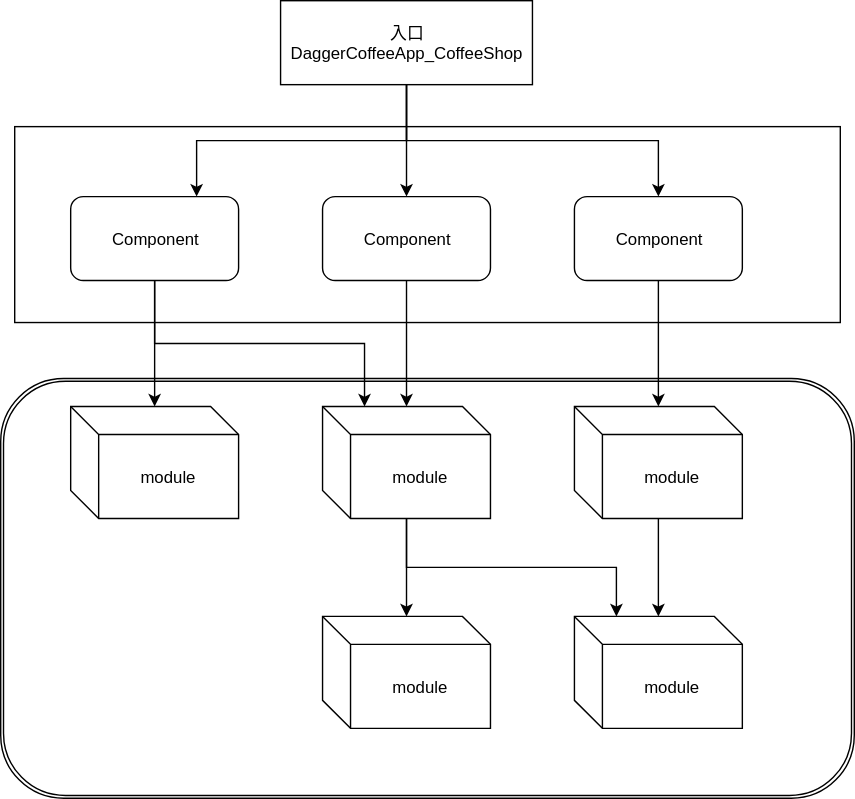
Before: doc/dagger调用层次.svg, a diagram exported from draw.io (Ryan-Miao/l4dagger2). Source tidied: cells renumbered, new cells last; positions are measured from the earlier drawing's top-left corner, leaving out a move shared by most shapes. The source it was exported from:
```xml
<mxGraphModel background="#ffffff">
  <root>
    <mxCell id="0" />
    <mxCell id="1" parent="0" />
    <mxCell id="2" style="shape=ext;double=1;rounded=1;whiteSpace=wrap;html=1;" parent="1" vertex="1">
      <mxGeometry y="270" width="610" height="300" as="geometry" />
    </mxCell>
    <mxCell id="3" style="whiteSpace=wrap;html=1;" parent="1" vertex="1">
      <mxGeometry x="10" y="90" width="590" height="140" as="geometry" />
    </mxCell>
    <mxCell id="4" style="edgeStyle=orthogonalEdgeStyle;rounded=0;html=1;exitX=0.5;exitY=1;entryX=0.75;entryY=0;jettySize=auto;" parent="1" edge="1" source="7" target="10">
      <mxGeometry relative="1" as="geometry" />
    </mxCell>
    <mxCell id="5" style="edgeStyle=orthogonalEdgeStyle;rounded=0;html=1;exitX=0.5;exitY=1;jettySize=auto;" parent="1" edge="1" source="7" target="12">
      <mxGeometry relative="1" as="geometry" />
    </mxCell>
    <mxCell id="6" style="edgeStyle=orthogonalEdgeStyle;rounded=0;html=1;exitX=0.5;exitY=1;entryX=0.5;entryY=0;jettySize=auto;" parent="1" edge="1" source="7" target="14">
      <mxGeometry relative="1" as="geometry" />
    </mxCell>
    <mxCell id="7" value="入口&lt;span&gt;DaggerCoffeeApp_CoffeeShop&lt;/span&gt;" style="rounded=0;whiteSpace=wrap;html=1;" parent="1" vertex="1">
      <mxGeometry x="200" width="180" height="60" as="geometry" />
    </mxCell>
    <mxCell id="8" style="edgeStyle=orthogonalEdgeStyle;rounded=0;html=1;exitX=0.5;exitY=1;entryX=0.5;entryY=0;jettySize=auto;" parent="1" edge="1" source="10" target="18">
      <mxGeometry relative="1" as="geometry">
        <Array as="points">
          <mxPoint x="110" y="270" />
          <mxPoint x="110" y="270" />
        </Array>
      </mxGeometry>
    </mxCell>
    <mxCell id="9" style="edgeStyle=orthogonalEdgeStyle;rounded=0;html=1;exitX=0.5;exitY=1;entryX=0.25;entryY=0;jettySize=auto;" parent="1" edge="1" source="10" target="17">
      <mxGeometry relative="1" as="geometry" />
    </mxCell>
    <mxCell id="10" value="Component" style="rounded=1;whiteSpace=wrap;html=1;" parent="1" vertex="1">
      <mxGeometry x="50" y="140" width="120" height="60" as="geometry" />
    </mxCell>
    <mxCell id="11" style="edgeStyle=orthogonalEdgeStyle;rounded=0;html=1;exitX=0.5;exitY=1;entryX=0.5;entryY=0;jettySize=auto;" parent="1" edge="1" source="12" target="17">
      <mxGeometry relative="1" as="geometry" />
    </mxCell>
    <mxCell id="12" value="Component" style="rounded=1;whiteSpace=wrap;html=1;" parent="1" vertex="1">
      <mxGeometry x="230" y="140" width="120" height="60" as="geometry" />
    </mxCell>
    <mxCell id="13" style="edgeStyle=orthogonalEdgeStyle;rounded=0;html=1;exitX=0.5;exitY=1;entryX=0.5;entryY=0;jettySize=auto;" parent="1" edge="1" source="14" target="22">
      <mxGeometry relative="1" as="geometry" />
    </mxCell>
    <mxCell id="14" value="Component" style="rounded=1;whiteSpace=wrap;html=1;" parent="1" vertex="1">
      <mxGeometry x="410" y="140" width="120" height="60" as="geometry" />
    </mxCell>
    <mxCell id="15" style="edgeStyle=orthogonalEdgeStyle;rounded=0;html=1;exitX=0.5;exitY=1;entryX=0.5;entryY=0;jettySize=auto;" parent="1" edge="1" source="17" target="19">
      <mxGeometry relative="1" as="geometry" />
    </mxCell>
    <mxCell id="16" style="edgeStyle=orthogonalEdgeStyle;rounded=0;html=1;exitX=0.5;exitY=1;entryX=0.25;entryY=0;jettySize=auto;" parent="1" edge="1" source="17" target="20">
      <mxGeometry relative="1" as="geometry" />
    </mxCell>
    <mxCell id="17" value="module" style="shape=cube;whiteSpace=wrap;html=1;boundedLbl=1;" parent="1" vertex="1">
      <mxGeometry x="230" y="290" width="120" height="80" as="geometry" />
    </mxCell>
    <mxCell id="18" value="module" style="shape=cube;whiteSpace=wrap;html=1;boundedLbl=1;direction=east;" parent="1" vertex="1">
      <mxGeometry x="50" y="290" width="120" height="80" as="geometry" />
    </mxCell>
    <mxCell id="19" value="module" style="shape=cube;whiteSpace=wrap;html=1;boundedLbl=1;" parent="1" vertex="1">
      <mxGeometry x="230" y="440" width="120" height="80" as="geometry" />
    </mxCell>
    <mxCell id="20" value="module" style="shape=cube;whiteSpace=wrap;html=1;boundedLbl=1;" parent="1" vertex="1">
      <mxGeometry x="410" y="440" width="120" height="80" as="geometry" />
    </mxCell>
    <mxCell id="21" style="edgeStyle=orthogonalEdgeStyle;rounded=0;html=1;exitX=0.5;exitY=1;jettySize=auto;" parent="1" edge="1" source="22" target="20">
      <mxGeometry relative="1" as="geometry" />
    </mxCell>
    <mxCell id="22" value="module" style="shape=cube;whiteSpace=wrap;html=1;boundedLbl=1;" parent="1" vertex="1">
      <mxGeometry x="410" y="290" width="120" height="80" as="geometry" />
    </mxCell>
  </root>
</mxGraphModel>
```
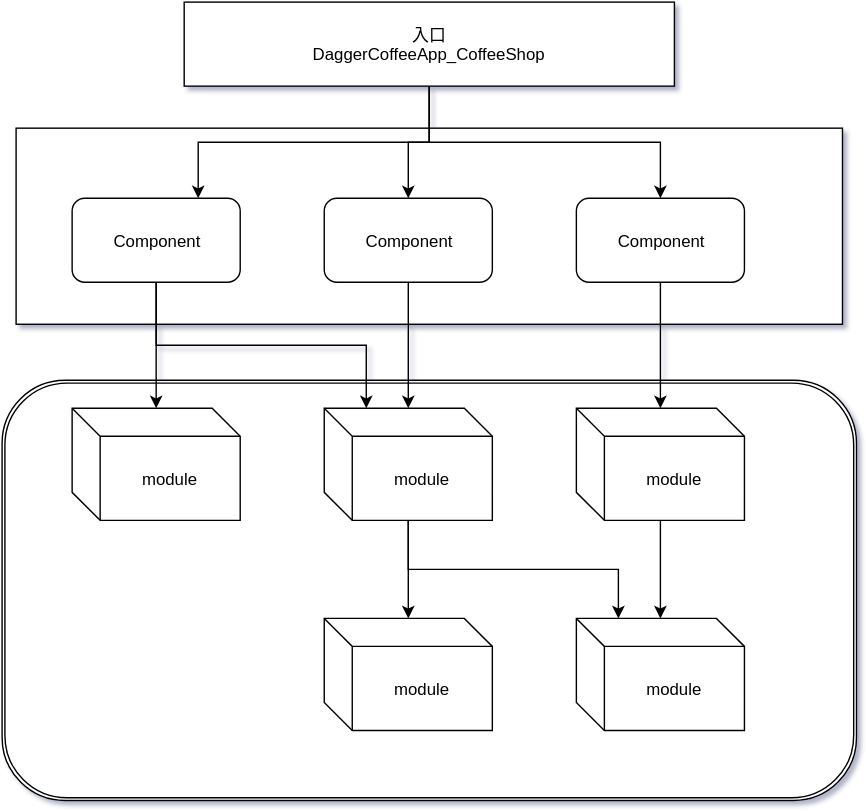
The same diagram one commit later.

Commit message:
已添加 dagger调用层次.svg

Change to the diagram source:
```diff
@@ -17,8 +17,8 @@
     <mxCell id="6" style="edgeStyle=orthogonalEdgeStyle;rounded=0;html=1;exitX=0.5;exitY=1;entryX=0.5;entryY=0;jettySize=auto;" parent="1" edge="1" source="7" target="14">
       <mxGeometry relative="1" as="geometry" />
     </mxCell>
-    <mxCell id="7" value="入口&lt;span&gt;DaggerCoffeeApp_CoffeeShop&lt;/span&gt;" style="rounded=0;whiteSpace=wrap;html=1;" parent="1" vertex="1">
-      <mxGeometry x="200" width="180" height="60" as="geometry" />
+    <mxCell id="7" value="入口&lt;div&gt;&lt;span&gt;DaggerCoffeeApp_CoffeeShop&lt;/span&gt;&lt;/div&gt;" style="rounded=0;whiteSpace=wrap;html=1;" parent="1" vertex="1">
+      <mxGeometry x="130" width="350" height="60" as="geometry" />
     </mxCell>
     <mxCell id="8" style="edgeStyle=orthogonalEdgeStyle;rounded=0;html=1;exitX=0.5;exitY=1;entryX=0.5;entryY=0;jettySize=auto;" parent="1" edge="1" source="10" target="18">
       <mxGeometry relative="1" as="geometry">
```
